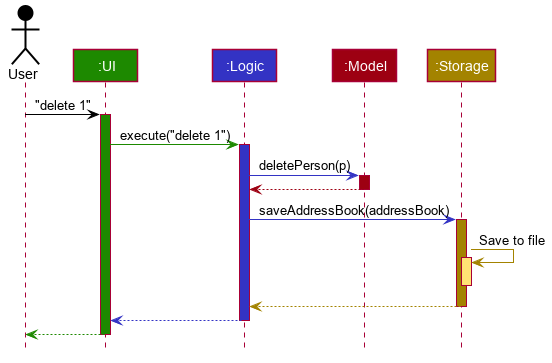
Above: docs/images/ArchitectureSequenceDiagram.png in nus-cs2103-AY1920S2/addressbook-level3 (PlantUML), before the change. Source of this version:
```plantuml
@startuml








skinparam BackgroundColor #FFFFFFF

skinparam Shadowing false

skinparam Class {
    FontColor #FFFFFF
    BorderThickness 1
    BorderColor #FFFFFF
    StereotypeFontColor #FFFFFF
    FontName Arial
}

skinparam Actor {
    BorderColor #000000
    Color #000000
    FontName Arial
}

skinparam Sequence {
    MessageAlign center
    BoxFontSize 15
    BoxPadding 0
    BoxFontColor #FFFFFF
    FontName Arial
}

skinparam Participant {
    FontColor #FFFFFFF
    Padding 20
}

skinparam MinClassWidth 50
skinparam ParticipantPadding 10
skinparam Shadowing false
skinparam DefaultTextAlignment center
skinparam packageStyle Rectangle

hide footbox
hide members
hide circle

Actor User as user #000000
Participant ":UI" as ui #1D8900
Participant ":Logic" as logic #3333C4
Participant ":Model" as model #9D0012
Participant ":Storage" as storage #A38300

user -[#000000]> ui : "delete 1"
activate ui #1D8900

ui -[#1D8900]> logic : execute("delete 1")
activate logic #3333C4

logic -[#3333C4]> model : deletePerson(p)
activate model #9D0012

model -[#9D0012]-> logic
deactivate model

logic -[#3333C4]> storage : saveAddressBook(addressBook)
activate storage #A38300

storage -[#A38300]> storage : Save to file
activate storage #FFE374
deactivate storage

storage --[#A38300]> logic
deactivate storage

logic --[#3333C4]> ui
deactivate logic

ui--[#1D8900]> user
deactivate ui
@enduml
```
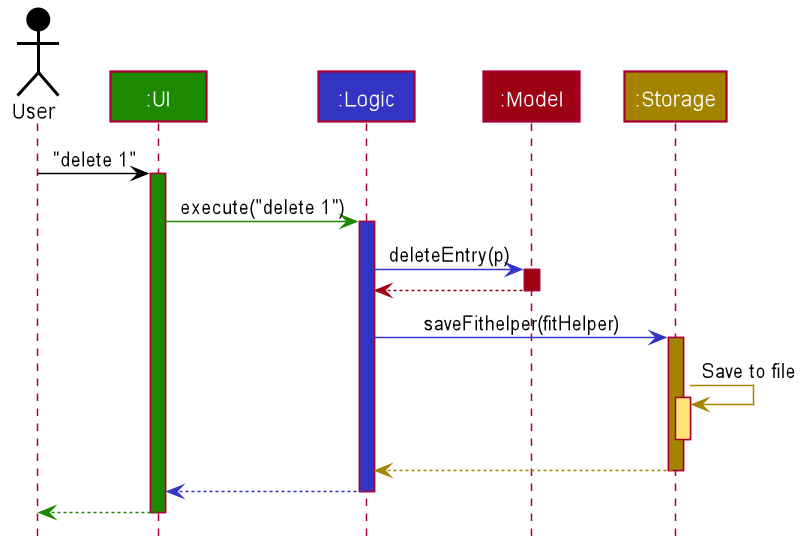
After the change.

Change to the diagram source:
```diff
@@ -60,13 +60,13 @@
 ui -[#1D8900]> logic : execute("delete 1")
 activate logic #3333C4
 
-logic -[#3333C4]> model : deletePerson(p)
+logic -[#3333C4]> model : deleteEntry(p)
 activate model #9D0012
 
 model -[#9D0012]-> logic
 deactivate model
 
-logic -[#3333C4]> storage : saveAddressBook(addressBook)
+logic -[#3333C4]> storage : saveFithelper(fitHelper)
 activate storage #A38300
 
 storage -[#A38300]> storage : Save to file
```
